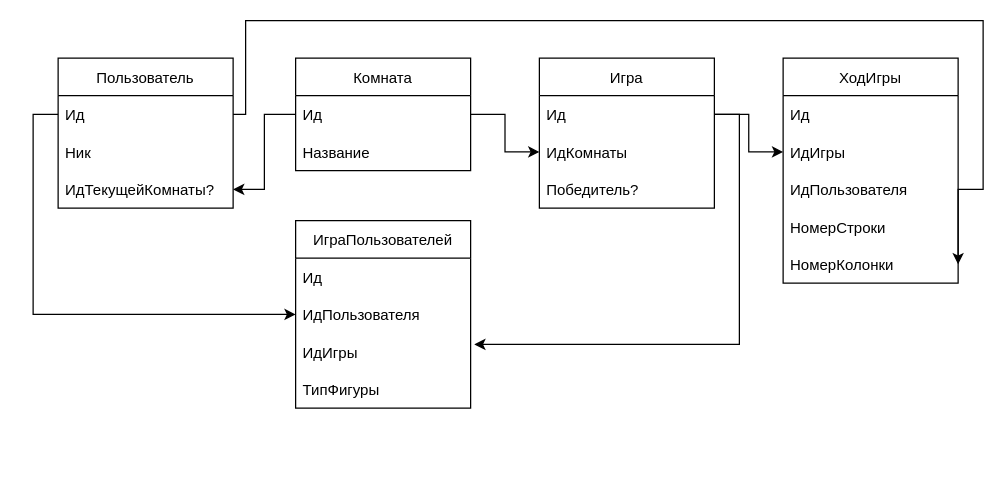
Earlier version of the draw.io diagram XOgame.drawio (chuvakov/Xogame). Source tidied: cells renumbered, new cells numbered last; positions are measured from the earlier drawing's top-left corner, leaving out a move shared by most shapes. Both pictures are drawn from the tidied source at 125%, with x=0, y=0 at pixel (58, 20).
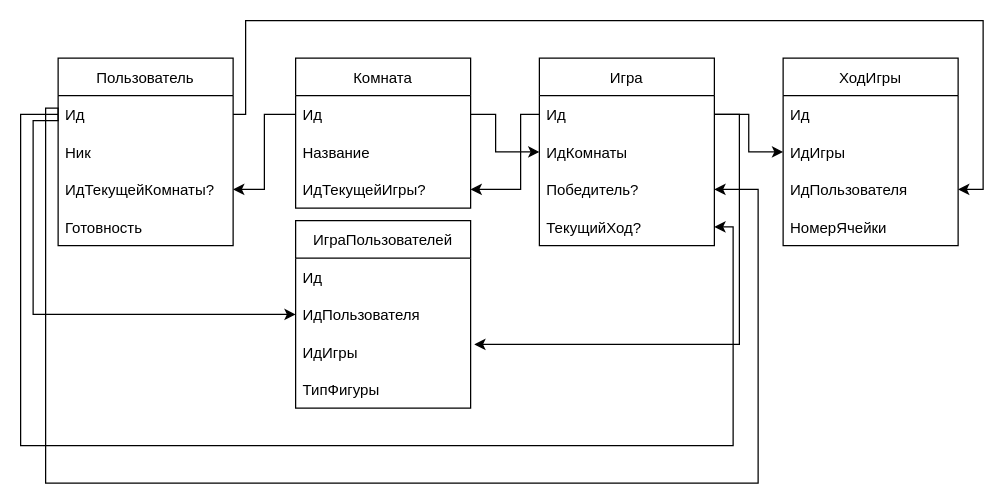
After the change.

Unchanged cells that the change refers to:
```xml
<mxCell id="5" value="ИдТекущейКомнаты?" style="text;strokeColor=none;fillColor=none;align=left;verticalAlign=middle;spacingLeft=4;spacingRight=4;overflow=hidden;points=[[0,0.5],[1,0.5]];portConstraint=eastwest;" parent="2" vertex="1">
  <mxGeometry y="90" width="140" height="30" as="geometry" />
</mxCell>
<mxCell id="11" value="ИдКомнаты" style="text;strokeColor=none;fillColor=none;align=left;verticalAlign=middle;spacingLeft=4;spacingRight=4;overflow=hidden;points=[[0,0.5],[1,0.5]];portConstraint=eastwest;" parent="9" vertex="1">
  <mxGeometry y="60" width="140" height="30" as="geometry" />
</mxCell>
<mxCell id="12" value="Победитель?" style="text;strokeColor=none;fillColor=none;align=left;verticalAlign=middle;spacingLeft=4;spacingRight=4;overflow=hidden;points=[[0,0.5],[1,0.5]];portConstraint=eastwest;" parent="9" vertex="1">
  <mxGeometry y="90" width="140" height="30" as="geometry" />
</mxCell>
<mxCell id="15" value="ИграПользователей" style="swimlane;fontStyle=0;horizontal=1;startSize=30;" parent="1" vertex="1">
  <mxGeometry x="190" y="160" width="140" height="150" as="geometry" />
</mxCell>
<mxCell id="17" value="ИдПользователя" style="text;strokeColor=none;fillColor=none;align=left;verticalAlign=middle;spacingLeft=4;spacingRight=4;overflow=hidden;points=[[0,0.5],[1,0.5]];portConstraint=eastwest;" parent="15" vertex="1">
  <mxGeometry y="60" width="140" height="30" as="geometry" />
</mxCell>
<mxCell id="18" value="ИдИгры" style="text;strokeColor=none;fillColor=none;align=left;verticalAlign=middle;spacingLeft=4;spacingRight=4;overflow=hidden;points=[[0,0.5],[1,0.5]];portConstraint=eastwest;" parent="15" vertex="1">
  <mxGeometry y="90" width="140" height="30" as="geometry" />
</mxCell>
<mxCell id="24" value="ИдИгры" style="text;strokeColor=none;fillColor=none;align=left;verticalAlign=middle;spacingLeft=4;spacingRight=4;overflow=hidden;points=[[0,0.5],[1,0.5]];portConstraint=eastwest;" parent="22" vertex="1">
  <mxGeometry y="60" width="140" height="30" as="geometry" />
</mxCell>
<mxCell id="25" value="ИдПользователя" style="text;strokeColor=none;fillColor=none;align=left;verticalAlign=middle;spacingLeft=4;spacingRight=4;overflow=hidden;points=[[0,0.5],[1,0.5]];portConstraint=eastwest;" parent="22" vertex="1">
  <mxGeometry y="90" width="140" height="30" as="geometry" />
</mxCell>
```

Change to the diagram source:
```diff
@@
     <mxCell id="2" value="Пользователь" style="swimlane;fontStyle=0;horizontal=1;startSize=30;" parent="1" vertex="1">
-      <mxGeometry y="30" width="140" height="120" as="geometry" />
+      <mxGeometry y="30" width="140" height="150" as="geometry" />
     </mxCell>
-    <mxCell id="3" value="Ид" style="text;strokeColor=none;fillColor=none;align=left;verticalAlign=middle;spacingLeft=4;spacingRight=4;overflow=hidden;points=[[0,0.5],[1,0.5]];portConstraint=eastwest;" parent="2" vertex="1">
-      <mxGeometry y="30" width="140" height="30" as="geometry" />
-    </mxCell>
+    <mxCell id="30" value="Ид" style="text;strokeColor=none;fillColor=none;align=left;verticalAlign=middle;spacingLeft=4;spacingRight=4;overflow=hidden;points=[[0,0.5],[1,0.5]];portConstraint=eastwest;" parent="2" vertex="1">
+      <mxGeometry y="30" width="140" height="30" as="geometry" />
+    </mxCell>
@@
+    <mxCell id="31" value="Готовность" style="text;strokeColor=none;fillColor=none;align=left;verticalAlign=middle;spacingLeft=4;spacingRight=4;overflow=hidden;" parent="2" vertex="1">
+      <mxGeometry y="120" width="140" height="30" as="geometry" />
+    </mxCell>
     <mxCell id="6" value="Комната" style="swimlane;fontStyle=0;horizontal=1;startSize=30;" parent="1" vertex="1">
-      <mxGeometry x="190" y="30" width="140" height="90" as="geometry" />
+      <mxGeometry x="190" y="30" width="140" height="120" as="geometry" />
     </mxCell>
-    <mxCell id="7" value="Ид" style="text;strokeColor=none;fillColor=none;align=left;verticalAlign=middle;spacingLeft=4;spacingRight=4;overflow=hidden;points=[[0,0.5],[1,0.5]];portConstraint=eastwest;" parent="6" vertex="1">
-      <mxGeometry y="30" width="140" height="30" as="geometry" />
-    </mxCell>
+    <mxCell id="32" value="Ид" style="text;strokeColor=none;fillColor=none;align=left;verticalAlign=middle;spacingLeft=4;spacingRight=4;overflow=hidden;points=[[0,0.5],[1,0.5]];portConstraint=eastwest;" parent="6" vertex="1">
+      <mxGeometry y="30" width="140" height="30" as="geometry" />
+    </mxCell>
@@
+    <mxCell id="33" value="ИдТекущейИгры?" style="text;strokeColor=none;fillColor=none;align=left;verticalAlign=middle;spacingLeft=4;spacingRight=4;overflow=hidden;points=[[0,0.5],[1,0.5]];portConstraint=eastwest;" parent="6" vertex="1">
+      <mxGeometry y="90" width="140" height="30" as="geometry" />
+    </mxCell>
     <mxCell id="9" value="Игра" style="swimlane;fontStyle=0;horizontal=1;startSize=30;" parent="1" vertex="1">
-      <mxGeometry x="385" y="30" width="140" height="120" as="geometry" />
+      <mxGeometry x="385" y="30" width="140" height="150" as="geometry" />
     </mxCell>
-    <mxCell id="10" value="Ид" style="text;strokeColor=none;fillColor=none;align=left;verticalAlign=middle;spacingLeft=4;spacingRight=4;overflow=hidden;points=[[0,0.5],[1,0.5]];portConstraint=eastwest;" parent="9" vertex="1">
-      <mxGeometry y="30" width="140" height="30" as="geometry" />
-    </mxCell>
+    <mxCell id="34" value="Ид" style="text;strokeColor=none;fillColor=none;align=left;verticalAlign=middle;spacingLeft=4;spacingRight=4;overflow=hidden;points=[[0,0.5],[1,0.5]];portConstraint=eastwest;" parent="9" vertex="1">
+      <mxGeometry y="30" width="140" height="30" as="geometry" />
+    </mxCell>
@@
-    <mxCell id="13" style="edgeStyle=orthogonalEdgeStyle;rounded=0;jettySize=auto;html=1;exitX=0;exitY=0.5;exitDx=0;exitDy=0;entryX=1;entryY=0.5;entryDx=0;entryDy=0;" parent="1" edge="1" source="7" target="5">
-      <mxGeometry relative="1" as="geometry" />
-    </mxCell>
-    <mxCell id="14" style="edgeStyle=orthogonalEdgeStyle;rounded=0;jettySize=auto;html=1;exitX=1;exitY=0.5;exitDx=0;exitDy=0;entryX=0;entryY=0.5;entryDx=0;entryDy=0;" parent="1" edge="1" source="7" target="11">
-      <mxGeometry relative="1" as="geometry" />
-    </mxCell>
+    <mxCell id="35" value="ТекущийХод?" style="text;strokeColor=none;fillColor=none;align=left;verticalAlign=middle;spacingLeft=4;spacingRight=4;overflow=hidden;points=[[0,0.5],[1,0.5]];portConstraint=eastwest;" parent="9" vertex="1">
+      <mxGeometry y="120" width="140" height="30" as="geometry" />
+    </mxCell>
+    <mxCell id="36" style="edgeStyle=orthogonalEdgeStyle;rounded=0;jettySize=auto;html=1;exitX=0;exitY=0.5;exitDx=0;exitDy=0;entryX=1;entryY=0.5;entryDx=0;entryDy=0;" parent="1" edge="1" source="32" target="5">
+      <mxGeometry relative="1" as="geometry" />
+    </mxCell>
+    <mxCell id="37" style="edgeStyle=orthogonalEdgeStyle;rounded=0;jettySize=auto;html=1;exitX=1;exitY=0.5;exitDx=0;exitDy=0;entryX=0;entryY=0.5;entryDx=0;entryDy=0;" parent="1" edge="1" source="32" target="11">
+      <mxGeometry relative="1" as="geometry">
+        <Array as="points">
+          <mxPoint x="350" y="75" />
+          <mxPoint x="350" y="105" />
+        </Array>
+      </mxGeometry>
+    </mxCell>
@@
-    <mxCell id="16" value="Ид" style="text;strokeColor=none;fillColor=none;align=left;verticalAlign=middle;spacingLeft=4;spacingRight=4;overflow=hidden;" parent="15" vertex="1">
-      <mxGeometry y="30" width="140" height="30" as="geometry" />
-    </mxCell>
+    <mxCell id="38" value="Ид" style="text;strokeColor=none;fillColor=none;align=left;verticalAlign=middle;spacingLeft=4;spacingRight=4;overflow=hidden;" parent="15" vertex="1">
+      <mxGeometry y="30" width="140" height="30" as="geometry" />
+    </mxCell>
@@
-    <mxCell id="20" style="edgeStyle=orthogonalEdgeStyle;rounded=0;jettySize=auto;html=1;exitX=0;exitY=0.5;exitDx=0;exitDy=0;entryX=0;entryY=0.5;entryDx=0;entryDy=0;" parent="1" edge="1" source="3" target="17">
-      <mxGeometry relative="1" as="geometry" />
-    </mxCell>
-    <mxCell id="21" style="edgeStyle=orthogonalEdgeStyle;rounded=0;jettySize=auto;html=1;exitX=1;exitY=0.5;exitDx=0;exitDy=0;entryX=1.021;entryY=0.3;entryDx=0;entryDy=0;entryPerimeter=0;" parent="1" edge="1" source="10" target="18">
-      <mxGeometry relative="1" as="geometry" />
-    </mxCell>
+    <mxCell id="39" style="edgeStyle=orthogonalEdgeStyle;rounded=0;jettySize=auto;html=1;exitX=0;exitY=0.5;exitDx=0;exitDy=0;entryX=0;entryY=0.5;entryDx=0;entryDy=0;" parent="1" edge="1" source="30" target="17">
+      <mxGeometry relative="1" as="geometry">
+        <Array as="points">
+          <mxPoint y="80" />
+          <mxPoint x="-20" y="80" />
+          <mxPoint x="-20" y="235" />
+        </Array>
+      </mxGeometry>
+    </mxCell>
+    <mxCell id="40" style="edgeStyle=orthogonalEdgeStyle;rounded=0;jettySize=auto;html=1;exitX=1;exitY=0.5;exitDx=0;exitDy=0;entryX=1.021;entryY=0.3;entryDx=0;entryDy=0;entryPerimeter=0;" parent="1" edge="1" source="34" target="18">
+      <mxGeometry relative="1" as="geometry" />
+    </mxCell>
     <mxCell id="22" value="ХодИгры" style="swimlane;fontStyle=0;horizontal=1;startSize=30;" parent="1" vertex="1">
-      <mxGeometry x="580" y="30" width="140" height="180" as="geometry" />
+      <mxGeometry x="580" y="30" width="140" height="150" as="geometry" />
     </mxCell>
-    <mxCell id="23" value="Ид" style="text;strokeColor=none;fillColor=none;align=left;verticalAlign=middle;spacingLeft=4;spacingRight=4;overflow=hidden;" parent="22" vertex="1">
-      <mxGeometry y="30" width="140" height="30" as="geometry" />
-    </mxCell>
+    <mxCell id="41" value="Ид" style="text;strokeColor=none;fillColor=none;align=left;verticalAlign=middle;spacingLeft=4;spacingRight=4;overflow=hidden;" parent="22" vertex="1">
+      <mxGeometry y="30" width="140" height="30" as="geometry" />
+    </mxCell>
@@
-    <mxCell id="26" value="НомерСтроки" style="text;strokeColor=none;fillColor=none;align=left;verticalAlign=middle;spacingLeft=4;spacingRight=4;overflow=hidden;" parent="22" vertex="1">
-      <mxGeometry y="120" width="140" height="30" as="geometry" />
-    </mxCell>
-    <mxCell id="27" value="НомерКолонки" style="text;strokeColor=none;fillColor=none;align=left;verticalAlign=middle;spacingLeft=4;spacingRight=4;overflow=hidden;points=[[0,0.5],[1,0.5]];portConstraint=eastwest;" parent="22" vertex="1">
-      <mxGeometry y="150" width="140" height="30" as="geometry" />
-    </mxCell>
-    <mxCell id="28" style="edgeStyle=orthogonalEdgeStyle;rounded=0;jettySize=auto;html=1;exitX=1;exitY=0.5;exitDx=0;exitDy=0;entryX=0;entryY=0.5;entryDx=0;entryDy=0;" parent="1" edge="1" source="10" target="24">
-      <mxGeometry relative="1" as="geometry" />
-    </mxCell>
-    <mxCell id="29" style="edgeStyle=orthogonalEdgeStyle;rounded=0;jettySize=auto;html=1;exitX=1;exitY=0.5;exitDx=0;exitDy=0;entryX=1;entryY=0.5;entryDx=0;entryDy=0;" parent="1" edge="1" source="3" target="27">
-      <mxGeometry relative="1" as="geometry">
-        <Array as="points">
-          <mxPoint x="150" y="75" />
-          <mxPoint x="150" />
-          <mxPoint x="740" />
-          <mxPoint x="740" y="135" />
-        </Array>
-      </mxGeometry>
-    </mxCell>
+    <mxCell id="42" value="НомерЯчейки" style="text;strokeColor=none;fillColor=none;align=left;verticalAlign=middle;spacingLeft=4;spacingRight=4;overflow=hidden;" parent="22" vertex="1">
+      <mxGeometry y="120" width="140" height="30" as="geometry" />
+    </mxCell>
+    <mxCell id="43" style="edgeStyle=orthogonalEdgeStyle;rounded=0;jettySize=auto;html=1;exitX=1;exitY=0.5;exitDx=0;exitDy=0;entryX=0;entryY=0.5;entryDx=0;entryDy=0;" parent="1" edge="1" source="34" target="24">
+      <mxGeometry relative="1" as="geometry" />
+    </mxCell>
+    <mxCell id="44" style="edgeStyle=orthogonalEdgeStyle;rounded=0;jettySize=auto;html=1;exitX=1;exitY=0.5;exitDx=0;exitDy=0;entryX=1;entryY=0.5;entryDx=0;entryDy=0;" parent="1" edge="1" source="30" target="25">
+      <mxGeometry relative="1" as="geometry">
+        <Array as="points">
+          <mxPoint x="150" y="75" />
+          <mxPoint x="150" />
+          <mxPoint x="740" />
+          <mxPoint x="740" y="135" />
+        </Array>
+      </mxGeometry>
+    </mxCell>
+    <mxCell id="45" style="edgeStyle=orthogonalEdgeStyle;rounded=0;jettySize=auto;html=1;exitX=0;exitY=0.5;exitDx=0;exitDy=0;entryX=1;entryY=0.5;entryDx=0;entryDy=0;" parent="1" edge="1" source="30" target="35">
+      <mxGeometry relative="1" as="geometry">
+        <Array as="points">
+          <mxPoint x="-30" y="75" />
+          <mxPoint x="-30" y="340" />
+          <mxPoint x="540" y="340" />
+          <mxPoint x="540" y="165" />
+        </Array>
+      </mxGeometry>
+    </mxCell>
+    <mxCell id="46" style="edgeStyle=orthogonalEdgeStyle;rounded=0;jettySize=auto;html=1;exitX=0;exitY=0.5;exitDx=0;exitDy=0;entryX=1;entryY=0.5;entryDx=0;entryDy=0;" parent="1" edge="1" source="30" target="12">
+      <mxGeometry relative="1" as="geometry">
+        <Array as="points">
+          <mxPoint y="70" />
+          <mxPoint x="-10" y="70" />
+          <mxPoint x="-10" y="370" />
+          <mxPoint x="560" y="370" />
+          <mxPoint x="560" y="135" />
+        </Array>
+      </mxGeometry>
+    </mxCell>
+    <mxCell id="47" style="edgeStyle=orthogonalEdgeStyle;rounded=0;jettySize=auto;html=1;exitX=0;exitY=0.5;exitDx=0;exitDy=0;entryX=1;entryY=0.5;entryDx=0;entryDy=0;" parent="1" edge="1" source="34" target="33">
+      <mxGeometry relative="1" as="geometry">
+        <Array as="points">
+          <mxPoint x="370" y="75" />
+          <mxPoint x="370" y="135" />
+        </Array>
+      </mxGeometry>
+    </mxCell>
```
